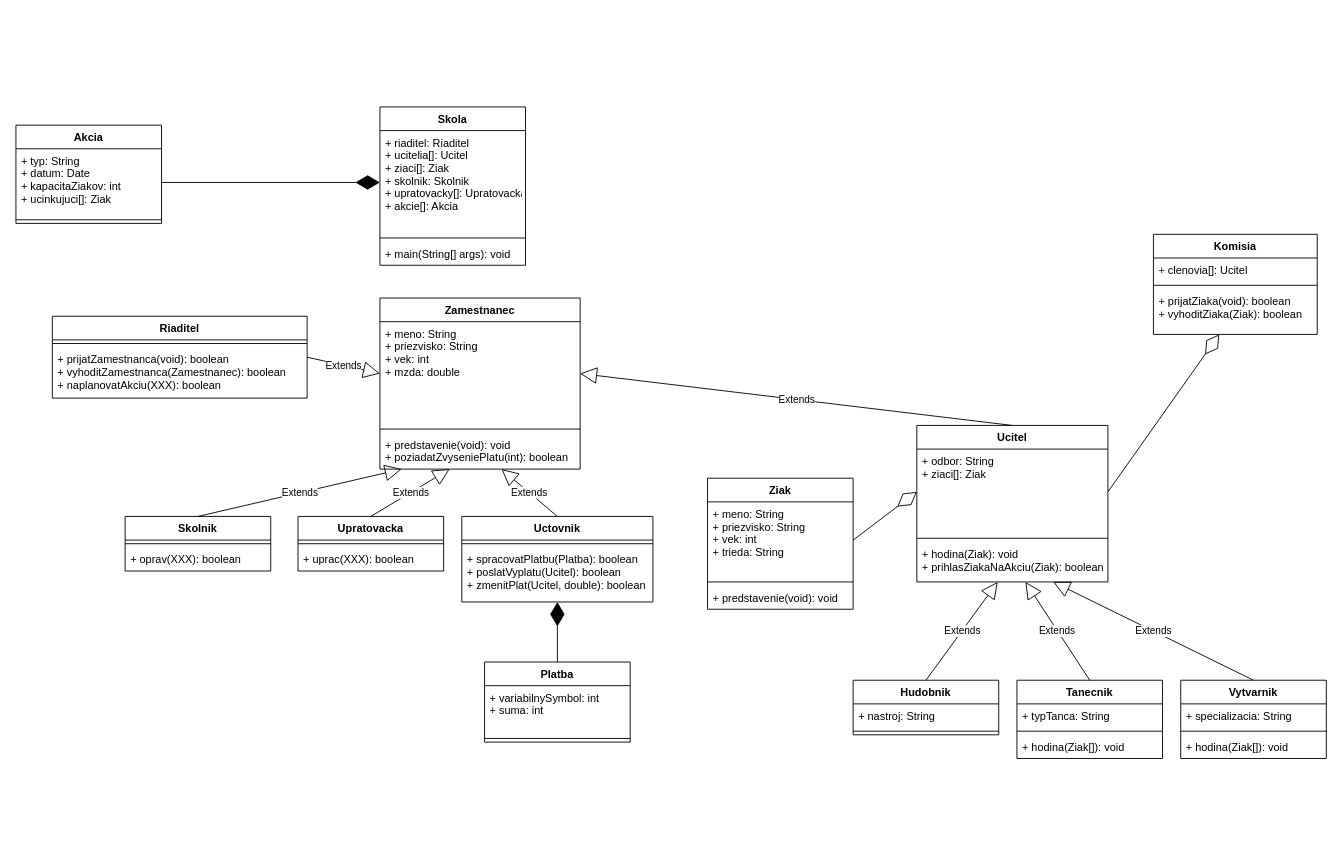
okmada123/draw.io keeps this draw.io diagram as Untitled Diagram.drawio. Above is the earlier version. Source tidied: cells renumbered, new cells numbered last; positions are measured from the earlier drawing's top-left corner, leaving out a move shared by most shapes. Both pictures are drawn from the tidied source at 91%, with x=0, y=0 at pixel (15, 106).
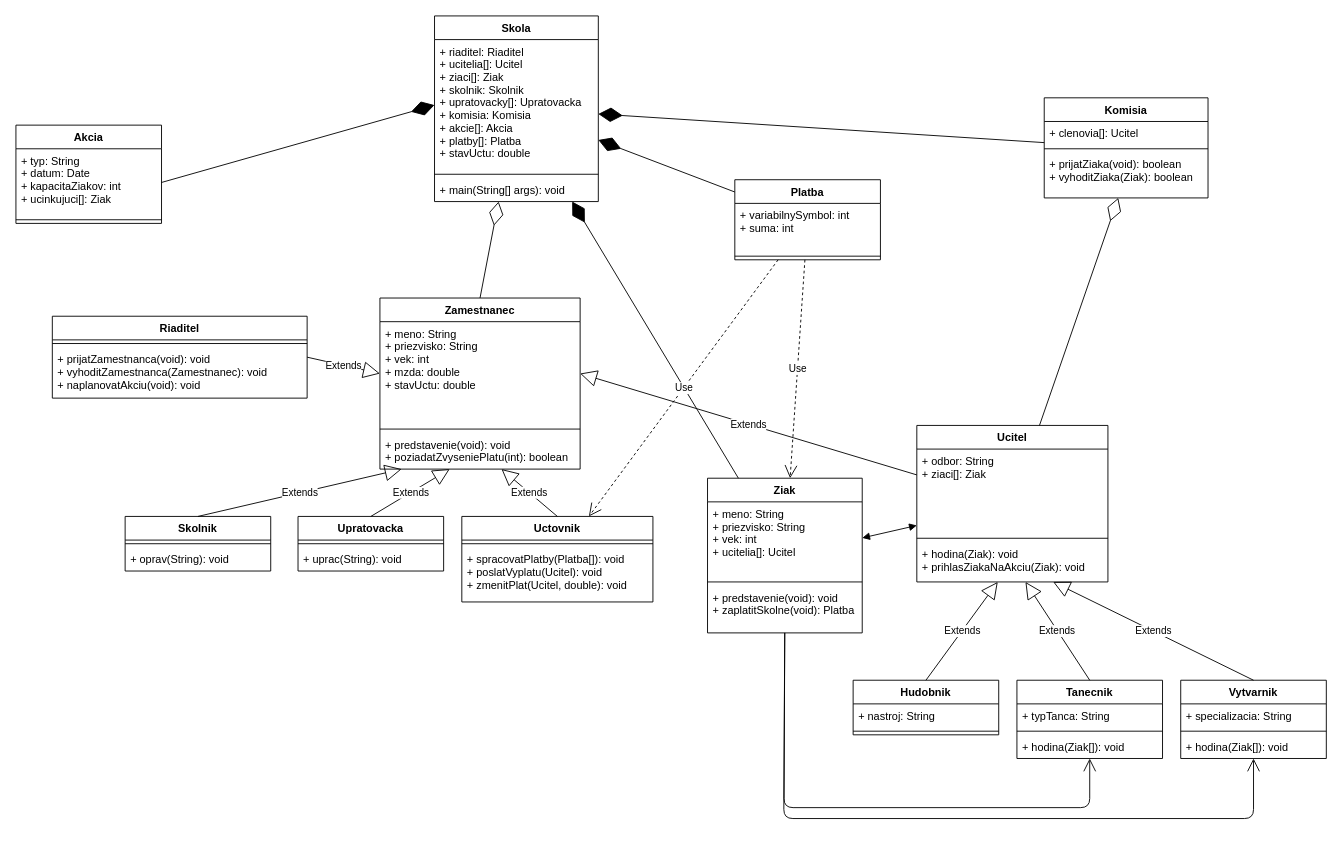
The same diagram, later.

The change refers to these unchanged cells:
```xml
<mxCell id="6" value="Riaditel" style="swimlane;fontStyle=1;align=center;verticalAlign=top;horizontal=1;startSize=26;" parent="1" vertex="1">
  <mxGeometry x="40" y="230" width="280" height="90" as="geometry" />
</mxCell>
<mxCell id="9" value="Zamestnanec" style="swimlane;fontStyle=1;align=center;verticalAlign=top;horizontal=1;startSize=26;" parent="1" vertex="1">
  <mxGeometry x="400" y="210" width="220" height="188" as="geometry" />
</mxCell>
<mxCell id="13" value="Skolnik" style="swimlane;fontStyle=1;align=center;verticalAlign=top;horizontal=1;startSize=26;" parent="1" vertex="1">
  <mxGeometry x="120" y="450" width="160" height="60" as="geometry" />
</mxCell>
<mxCell id="16" value="Upratovacka" style="swimlane;fontStyle=1;align=center;verticalAlign=top;horizontal=1;startSize=26;" parent="1" vertex="1">
  <mxGeometry x="310" y="450" width="160" height="60" as="geometry" />
</mxCell>
<mxCell id="19" value="Uctovnik" style="swimlane;fontStyle=1;align=center;verticalAlign=top;horizontal=1;startSize=26;" parent="1" vertex="1">
  <mxGeometry x="490" y="450" width="210" height="94" as="geometry" />
</mxCell>
<mxCell id="22" value="Ucitel" style="swimlane;fontStyle=1;align=center;verticalAlign=top;horizontal=1;startSize=26;" parent="1" vertex="1">
  <mxGeometry x="990" y="350" width="210" height="172" as="geometry" />
</mxCell>
<mxCell id="23" value="+ odbor: String&#10;+ ziaci[]: Ziak" style="text;strokeColor=none;fillColor=none;align=left;verticalAlign=top;spacingLeft=4;spacingRight=4;overflow=hidden;points=[[0,0.5],[1,0.5]];portConstraint=eastwest;" parent="22" vertex="1">
  <mxGeometry y="26" width="210" height="94" as="geometry" />
</mxCell>
<mxCell id="38" value="+ prijatZiaka(void): boolean&#10;+ vyhoditZiaka(Ziak): boolean" style="text;strokeColor=none;fillColor=none;align=left;verticalAlign=top;spacingLeft=4;spacingRight=4;overflow=hidden;points=[[0,0.5],[1,0.5]];portConstraint=eastwest;" parent="35" vertex="1">
  <mxGeometry y="60" width="180" height="50" as="geometry" />
</mxCell>
<mxCell id="54" value="+ hodina(Ziak[]): void" style="text;strokeColor=none;fillColor=none;align=left;verticalAlign=top;spacingLeft=4;spacingRight=4;overflow=hidden;points=[[0,0.5],[1,0.5]];portConstraint=eastwest;" parent="51" vertex="1">
  <mxGeometry y="60" width="160" height="26" as="geometry" />
</mxCell>
<mxCell id="58" value="+ hodina(Ziak[]): void" style="text;strokeColor=none;fillColor=none;align=left;verticalAlign=top;spacingLeft=4;spacingRight=4;overflow=hidden;points=[[0,0.5],[1,0.5]];portConstraint=eastwest;" parent="55" vertex="1">
  <mxGeometry y="60" width="160" height="26" as="geometry" />
</mxCell>
```

Change to the diagram source:
```diff
@@
     <mxCell id="2" value="Skola" style="swimlane;fontStyle=1;align=center;verticalAlign=top;horizontal=1;startSize=26;" parent="1" vertex="1">
-      <mxGeometry x="400" width="160" height="174" as="geometry" />
+      <mxGeometry x="460" y="-100" width="180" height="204" as="geometry" />
     </mxCell>
-    <mxCell id="3" value="+ riaditel: Riaditel&#10;+ ucitelia[]: Ucitel&#10;+ ziaci[]: Ziak&#10;+ skolnik: Skolnik&#10;+ upratovacky[]: Upratovacka&#10;+ akcie[]: Akcia" style="text;strokeColor=none;fillColor=none;align=left;verticalAlign=top;spacingLeft=4;spacingRight=4;overflow=hidden;points=[[0,0.5],[1,0.5]];portConstraint=eastwest;" parent="2" vertex="1">
-      <mxGeometry y="26" width="160" height="114" as="geometry" />
+    <mxCell id="3" value="+ riaditel: Riaditel&#10;+ ucitelia[]: Ucitel&#10;+ ziaci[]: Ziak&#10;+ skolnik: Skolnik&#10;+ upratovacky[]: Upratovacka&#10;+ komisia: Komisia&#10;+ akcie[]: Akcia&#10;+ platby[]: Platba&#10;+ stavUctu: double" style="text;strokeColor=none;fillColor=none;align=left;verticalAlign=top;spacingLeft=4;spacingRight=4;overflow=hidden;points=[[0,0.5],[1,0.5]];portConstraint=eastwest;" parent="2" vertex="1">
+      <mxGeometry y="26" width="180" height="144" as="geometry" />
     </mxCell>
     <mxCell id="4" style="line;strokeWidth=1;fillColor=none;align=left;verticalAlign=middle;spacingTop=-1;spacingLeft=3;spacingRight=3;labelPosition=right;" parent="2" vertex="1">
-      <mxGeometry y="140" width="160" height="8" as="geometry" />
+      <mxGeometry y="170" width="180" height="8" as="geometry" />
     </mxCell>
     <mxCell id="5" value="+ main(String[] args): void" style="text;strokeColor=none;fillColor=none;align=left;verticalAlign=top;spacingLeft=4;spacingRight=4;overflow=hidden;" parent="2" vertex="1">
-      <mxGeometry y="148" width="160" height="26" as="geometry" />
+      <mxGeometry y="178" width="180" height="26" as="geometry" />
     </mxCell>
@@
-    <mxCell id="8" value="+ prijatZamestnanca(void): boolean&#10;+ vyhoditZamestnanca(Zamestnanec): boolean&#10;+ naplanovatAkciu(XXX): boolean" style="text;strokeColor=none;fillColor=none;align=left;verticalAlign=top;spacingLeft=4;spacingRight=4;overflow=hidden;" parent="6" vertex="1">
+    <mxCell id="8" value="+ prijatZamestnanca(void): void&#10;+ vyhoditZamestnanca(Zamestnanec): void&#10;+ naplanovatAkciu(void): void" style="text;strokeColor=none;fillColor=none;align=left;verticalAlign=top;spacingLeft=4;spacingRight=4;overflow=hidden;" parent="6" vertex="1">
       <mxGeometry y="34" width="280" height="56" as="geometry" />
     </mxCell>
@@
-    <mxCell id="10" value="+ meno: String&#10;+ priezvisko: String&#10;+ vek: int&#10;+ mzda: double" style="text;strokeColor=none;fillColor=none;align=left;verticalAlign=top;spacingLeft=4;spacingRight=4;overflow=hidden;points=[[0,0.5],[1,0.5]];portConstraint=eastwest;" parent="9" vertex="1">
+    <mxCell id="10" value="+ meno: String&#10;+ priezvisko: String&#10;+ vek: int&#10;+ mzda: double&#10;+ stavUctu: double" style="text;strokeColor=none;fillColor=none;align=left;verticalAlign=top;spacingLeft=4;spacingRight=4;overflow=hidden;points=[[0,0.5],[1,0.5]];portConstraint=eastwest;" parent="9" vertex="1">
       <mxGeometry y="26" width="220" height="114" as="geometry" />
     </mxCell>
@@
-    <mxCell id="15" value="+ oprav(XXX): boolean" style="text;strokeColor=none;fillColor=none;align=left;verticalAlign=top;spacingLeft=4;spacingRight=4;overflow=hidden;" parent="13" vertex="1">
+    <mxCell id="15" value="+ oprav(String): void" style="text;strokeColor=none;fillColor=none;align=left;verticalAlign=top;spacingLeft=4;spacingRight=4;overflow=hidden;" parent="13" vertex="1">
       <mxGeometry y="34" width="160" height="26" as="geometry" />
     </mxCell>
@@
-    <mxCell id="18" value="+ uprac(XXX): boolean" style="text;strokeColor=none;fillColor=none;align=left;verticalAlign=top;spacingLeft=4;spacingRight=4;overflow=hidden;" parent="16" vertex="1">
+    <mxCell id="18" value="+ uprac(String): void" style="text;strokeColor=none;fillColor=none;align=left;verticalAlign=top;spacingLeft=4;spacingRight=4;overflow=hidden;" parent="16" vertex="1">
       <mxGeometry y="34" width="160" height="26" as="geometry" />
     </mxCell>
@@
-    <mxCell id="21" value="+ spracovatPlatbu(Platba): boolean&#10;+ poslatVyplatu(Ucitel): boolean&#10;+ zmenitPlat(Ucitel, double): boolean" style="text;strokeColor=none;fillColor=none;align=left;verticalAlign=top;spacingLeft=4;spacingRight=4;overflow=hidden;points=[[0,0.5],[1,0.5]];portConstraint=eastwest;" parent="19" vertex="1">
+    <mxCell id="21" value="+ spracovatPlatby(Platba[]): void&#10;+ poslatVyplatu(Ucitel): void&#10;+ zmenitPlat(Ucitel, double): void" style="text;strokeColor=none;fillColor=none;align=left;verticalAlign=top;spacingLeft=4;spacingRight=4;overflow=hidden;points=[[0,0.5],[1,0.5]];portConstraint=eastwest;" parent="19" vertex="1">
       <mxGeometry y="34" width="210" height="60" as="geometry" />
     </mxCell>
@@
-    <mxCell id="25" value="+ hodina(Ziak): void&#10;+ prihlasZiakaNaAkciu(Ziak): boolean" style="text;strokeColor=none;fillColor=none;align=left;verticalAlign=top;spacingLeft=4;spacingRight=4;overflow=hidden;points=[[0,0.5],[1,0.5]];portConstraint=eastwest;" parent="22" vertex="1">
+    <mxCell id="25" value="+ hodina(Ziak): void&#10;+ prihlasZiakaNaAkciu(Ziak): void" style="text;strokeColor=none;fillColor=none;align=left;verticalAlign=top;spacingLeft=4;spacingRight=4;overflow=hidden;points=[[0,0.5],[1,0.5]];portConstraint=eastwest;" parent="22" vertex="1">
       <mxGeometry y="128" width="210" height="44" as="geometry" />
     </mxCell>
     <mxCell id="26" value="Ziak" style="swimlane;fontStyle=1;align=center;verticalAlign=top;horizontal=1;startSize=26;" parent="1" vertex="1">
-      <mxGeometry x="760" y="408" width="160" height="144" as="geometry" />
+      <mxGeometry x="760" y="408" width="170" height="170" as="geometry" />
     </mxCell>
-    <mxCell id="27" value="+ meno: String&#10;+ priezvisko: String&#10;+ vek: int&#10;+ trieda: String" style="text;strokeColor=none;fillColor=none;align=left;verticalAlign=top;spacingLeft=4;spacingRight=4;overflow=hidden;points=[[0,0.5],[1,0.5]];portConstraint=eastwest;" parent="26" vertex="1">
-      <mxGeometry y="26" width="160" height="84" as="geometry" />
+    <mxCell id="27" value="+ meno: String&#10;+ priezvisko: String&#10;+ vek: int&#10;+ ucitelia[]: Ucitel" style="text;strokeColor=none;fillColor=none;align=left;verticalAlign=top;spacingLeft=4;spacingRight=4;overflow=hidden;points=[[0,0.5],[1,0.5]];portConstraint=eastwest;" parent="26" vertex="1">
+      <mxGeometry y="26" width="170" height="84" as="geometry" />
     </mxCell>
     <mxCell id="28" style="line;strokeWidth=1;fillColor=none;align=left;verticalAlign=middle;spacingTop=-1;spacingLeft=3;spacingRight=3;labelPosition=right;" parent="26" vertex="1">
-      <mxGeometry y="110" width="160" height="8" as="geometry" />
+      <mxGeometry y="110" width="170" height="8" as="geometry" />
     </mxCell>
-    <mxCell id="29" value="+ predstavenie(void): void" style="text;strokeColor=none;fillColor=none;align=left;verticalAlign=top;spacingLeft=4;spacingRight=4;overflow=hidden;points=[[0,0.5],[1,0.5]];portConstraint=eastwest;" parent="26" vertex="1">
-      <mxGeometry y="118" width="160" height="26" as="geometry" />
+    <mxCell id="29" value="+ predstavenie(void): void&#10;+ zaplatitSkolne(void): Platba" style="text;strokeColor=none;fillColor=none;align=left;verticalAlign=top;spacingLeft=4;spacingRight=4;overflow=hidden;points=[[0,0.5],[1,0.5]];portConstraint=eastwest;" parent="26" vertex="1">
+      <mxGeometry y="118" width="170" height="52" as="geometry" />
     </mxCell>
@@
-    <mxCell id="33" value="Extends" style="endArrow=block;endSize=16;endFill=0;html=1;exitX=0.5;exitY=0;exitDx=0;exitDy=0;entryX=1;entryY=0.5;entryDx=0;entryDy=0;" parent="1" edge="1" source="22" target="10">
+    <mxCell id="33" value="Extends" style="endArrow=block;endSize=16;endFill=0;html=1;entryX=1;entryY=0.5;entryDx=0;entryDy=0;" parent="1" edge="1" source="22" target="10">
       <mxGeometry relative="1" as="geometry" />
     </mxCell>
@@
     <mxCell id="35" value="Komisia" style="swimlane;fontStyle=1;align=center;verticalAlign=top;horizontal=1;startSize=26;" parent="1" vertex="1">
-      <mxGeometry x="1250" y="140" width="180" height="110" as="geometry" />
+      <mxGeometry x="1130" y="-10" width="180" height="110" as="geometry" />
     </mxCell>
@@
-    <mxCell id="39" style="endArrow=diamondThin;endFill=0;endSize=24;html=1;exitX=1;exitY=0.5;exitDx=0;exitDy=0;" parent="1" edge="1" source="23" target="38">
+    <mxCell id="39" style="endArrow=diamondThin;endFill=0;endSize=24;html=1;" parent="1" edge="1" source="22" target="38">
       <mxGeometry relative="1" as="geometry" />
     </mxCell>
     <mxCell id="40" value="Platba" style="swimlane;fontStyle=1;align=center;verticalAlign=top;horizontal=1;startSize=26;" parent="1" vertex="1">
-      <mxGeometry x="515" y="610" width="160" height="88" as="geometry" />
+      <mxGeometry x="790" y="80" width="160" height="88" as="geometry" />
     </mxCell>
@@
-    <mxCell id="43" style="endArrow=diamondThin;endFill=1;endSize=24;html=1;exitX=0.5;exitY=0;exitDx=0;exitDy=0;" parent="1" edge="1" source="40" target="21">
+    <mxCell id="43" style="endArrow=diamondThin;endFill=1;endSize=24;html=1;" parent="1" edge="1" source="40" target="2">
       <mxGeometry relative="1" as="geometry" />
     </mxCell>
@@
-    <mxCell id="62" style="endArrow=diamondThin;endFill=0;endSize=24;html=1;exitX=1;exitY=0.5;exitDx=0;exitDy=0;entryX=0;entryY=0.5;entryDx=0;entryDy=0;" parent="1" edge="1" source="27" target="23">
-      <mxGeometry relative="1" as="geometry" />
-    </mxCell>
+    <mxCell id="63" style="endArrow=open;endFill=1;endSize=12;html=1;" parent="1" edge="1" source="29" target="54">
+      <mxGeometry relative="1" as="geometry">
+        <Array as="points">
+          <mxPoint x="844" y="770" />
+          <mxPoint x="1180" y="770" />
+        </Array>
+      </mxGeometry>
+    </mxCell>
+    <mxCell id="64" style="endArrow=open;endFill=1;endSize=12;html=1;" parent="1" edge="1" source="29" target="58">
+      <mxGeometry relative="1" as="geometry">
+        <Array as="points">
+          <mxPoint x="843.8" y="782" />
+          <mxPoint x="1360" y="782" />
+        </Array>
+      </mxGeometry>
+    </mxCell>
+    <mxCell id="65" style="endArrow=diamondThin;endFill=0;endSize=24;html=1;exitX=0.5;exitY=0;exitDx=0;exitDy=0;" parent="1" edge="1" source="9" target="2">
+      <mxGeometry relative="1" as="geometry" />
+    </mxCell>
+    <mxCell id="66" style="endArrow=block;startArrow=block;endFill=1;startFill=1;html=1;" parent="1" edge="1" source="26" target="22">
+      <mxGeometry relative="1" as="geometry" />
+    </mxCell>
+    <mxCell id="67" style="endArrow=diamondThin;endFill=1;endSize=24;html=1;" parent="1" edge="1" source="35" target="2">
+      <mxGeometry relative="1" as="geometry" />
+    </mxCell>
+    <mxCell id="68" style="endArrow=diamondThin;endFill=1;endSize=24;html=1;" parent="1" edge="1" source="26" target="2">
+      <mxGeometry relative="1" as="geometry" />
+    </mxCell>
+    <mxCell id="69" value="Use" style="endArrow=open;endSize=12;dashed=1;html=1;" parent="1" edge="1" source="40" target="26">
+      <mxGeometry relative="1" as="geometry" />
+    </mxCell>
+    <mxCell id="70" value="Use" style="endArrow=open;endSize=12;dashed=1;html=1;" parent="1" edge="1" source="40" target="19">
+      <mxGeometry relative="1" as="geometry" />
+    </mxCell>
```
